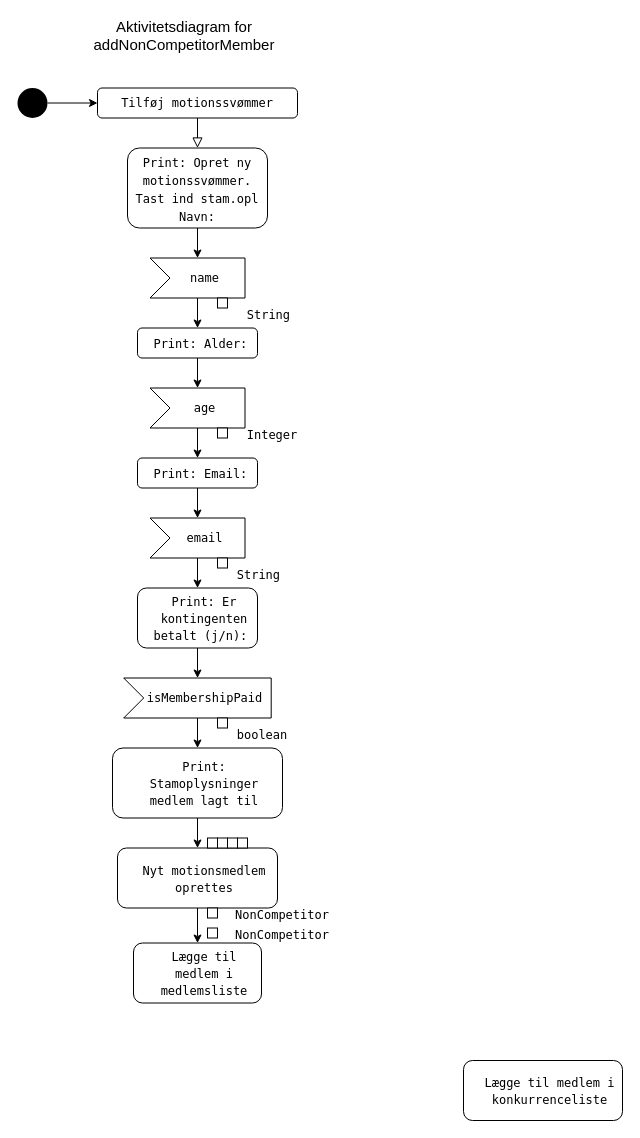
Before: docs/Aktivitetsdiagram_addMember.drawio in norskemarcus/Delfinen, a draw.io diagram. Source tidied: cells renumbered, new cells numbered last; positions are measured from the earlier drawing's top-left corner, leaving out a move shared by most shapes. Both pictures are drawn from the tidied source at 100%, with x=0, y=0 at pixel (17, 20).
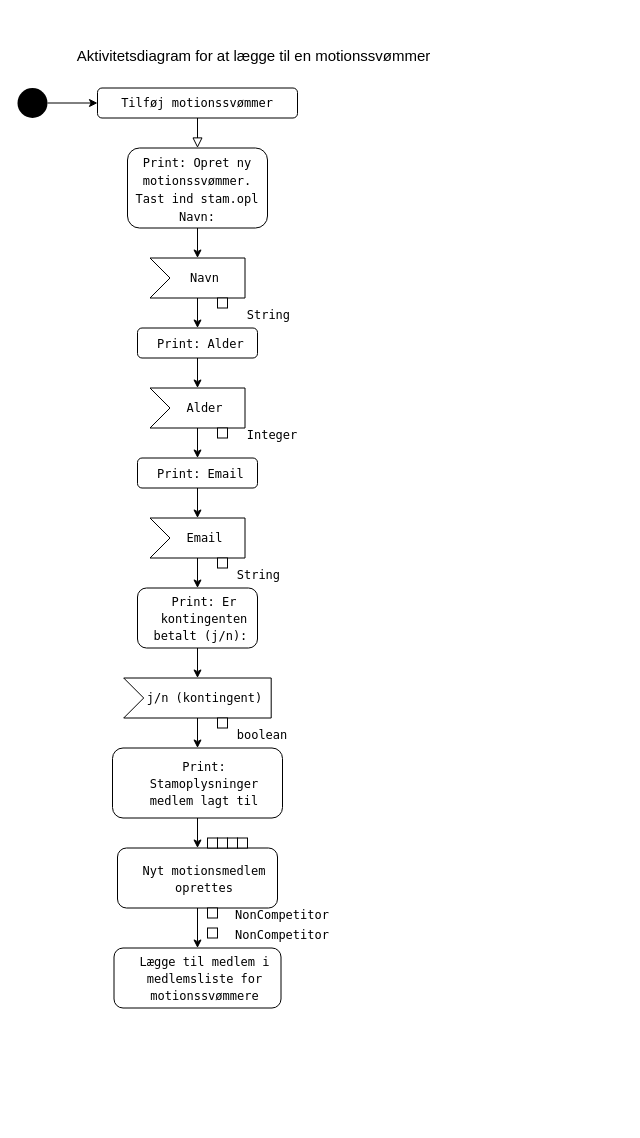
The same diagram, later.

The edit, as a diff of the source:
```diff
@@
-    <mxCell id="6" value="&lt;font style=&quot;font-size: 15px&quot; face=&quot;Helvetica&quot;&gt;Aktivitetsdiagram for addNonCompetitorMember&lt;/font&gt;" style="text;html=1;strokeColor=none;fillColor=none;align=center;verticalAlign=middle;whiteSpace=wrap;rounded=0;fontFamily=Lucida Console;" parent="1" vertex="1">
-      <mxGeometry x="14" width="306" height="30" as="geometry" />
+    <mxCell id="6" value="&lt;font style=&quot;font-size: 15px&quot; face=&quot;Helvetica&quot;&gt;Aktivitetsdiagram for at lægge til en motionssvømmer&lt;/font&gt;" style="text;html=1;strokeColor=none;fillColor=none;align=center;verticalAlign=middle;whiteSpace=wrap;rounded=0;fontFamily=Lucida Console;" parent="1" vertex="1">
+      <mxGeometry y="20" width="473" height="30" as="geometry" />
     </mxCell>
@@
-    <mxCell id="10" value="&lt;div style=&quot;font-size: 12px; background-color: rgb(255, 255, 255);&quot;&gt;name&lt;/div&gt;" style="html=1;shape=mxgraph.infographic.ribbonSimple;notch1=20;notch2=0;align=center;verticalAlign=middle;fontSize=14;fontStyle=0;fillColor=#FFFFFF;flipH=0;spacingRight=0;spacingLeft=14;shadow=0;fontFamily=Lucida Console;" parent="1" vertex="1">
+    <mxCell id="10" value="&lt;div style=&quot;font-size: 12px; background-color: rgb(255, 255, 255);&quot;&gt;Navn&lt;/div&gt;" style="html=1;shape=mxgraph.infographic.ribbonSimple;notch1=20;notch2=0;align=center;verticalAlign=middle;fontSize=14;fontStyle=0;fillColor=#FFFFFF;flipH=0;spacingRight=0;spacingLeft=14;shadow=0;fontFamily=Lucida Console;" parent="1" vertex="1">
       <mxGeometry x="132.5" y="237.5" width="95" height="40" as="geometry" />
     </mxCell>
@@
-    <mxCell id="12" value="&lt;font style=&quot;font-size: 12px&quot;&gt;Print: Alder:&amp;nbsp;&lt;/font&gt;" style="rounded=1;whiteSpace=wrap;html=1;fontSize=14;fillColor=#FFFFFF;fontStyle=0;spacingRight=0;spacingLeft=14;shadow=0;fontFamily=Lucida Console;" parent="1" vertex="1">
+    <mxCell id="12" value="&lt;font style=&quot;font-size: 12px&quot;&gt;Print: Alder&amp;nbsp;&lt;/font&gt;" style="rounded=1;whiteSpace=wrap;html=1;fontSize=14;fillColor=#FFFFFF;fontStyle=0;spacingRight=0;spacingLeft=14;shadow=0;fontFamily=Lucida Console;" parent="1" vertex="1">
       <mxGeometry x="120" y="307.5" width="120" height="30" as="geometry" />
     </mxCell>
@@
-    <mxCell id="16" value="&lt;div style=&quot;font-size: 12px; background-color: rgb(255, 255, 255);&quot;&gt;age&lt;/div&gt;" style="html=1;shape=mxgraph.infographic.ribbonSimple;notch1=20;notch2=0;align=center;verticalAlign=middle;fontSize=14;fontStyle=0;fillColor=#FFFFFF;flipH=0;spacingRight=0;spacingLeft=14;shadow=0;fontFamily=Lucida Console;" parent="1" vertex="1">
+    <mxCell id="16" value="&lt;div style=&quot;font-size: 12px; background-color: rgb(255, 255, 255);&quot;&gt;Alder&lt;/div&gt;" style="html=1;shape=mxgraph.infographic.ribbonSimple;notch1=20;notch2=0;align=center;verticalAlign=middle;fontSize=14;fontStyle=0;fillColor=#FFFFFF;flipH=0;spacingRight=0;spacingLeft=14;shadow=0;fontFamily=Lucida Console;" parent="1" vertex="1">
       <mxGeometry x="132.5" y="367.5" width="95" height="40" as="geometry" />
     </mxCell>
@@
-    <mxCell id="18" value="&lt;font style=&quot;font-size: 12px&quot;&gt;Print: Email:&amp;nbsp;&lt;/font&gt;" style="rounded=1;whiteSpace=wrap;html=1;fontSize=14;fillColor=#FFFFFF;fontStyle=0;spacingRight=0;spacingLeft=14;shadow=0;fontFamily=Lucida Console;" parent="1" vertex="1">
+    <mxCell id="18" value="&lt;font style=&quot;font-size: 12px&quot;&gt;Print: Email&amp;nbsp;&lt;/font&gt;" style="rounded=1;whiteSpace=wrap;html=1;fontSize=14;fillColor=#FFFFFF;fontStyle=0;spacingRight=0;spacingLeft=14;shadow=0;fontFamily=Lucida Console;" parent="1" vertex="1">
       <mxGeometry x="120" y="437.5" width="120" height="30" as="geometry" />
     </mxCell>
@@
-    <mxCell id="20" value="&lt;div style=&quot;font-size: 12px; background-color: rgb(255, 255, 255);&quot;&gt;email&lt;/div&gt;" style="html=1;shape=mxgraph.infographic.ribbonSimple;notch1=20;notch2=0;align=center;verticalAlign=middle;fontSize=14;fontStyle=0;fillColor=#FFFFFF;flipH=0;spacingRight=0;spacingLeft=14;shadow=0;fontFamily=Lucida Console;" parent="1" vertex="1">
+    <mxCell id="20" value="&lt;div style=&quot;font-size: 12px; background-color: rgb(255, 255, 255);&quot;&gt;Email&lt;/div&gt;" style="html=1;shape=mxgraph.infographic.ribbonSimple;notch1=20;notch2=0;align=center;verticalAlign=middle;fontSize=14;fontStyle=0;fillColor=#FFFFFF;flipH=0;spacingRight=0;spacingLeft=14;shadow=0;fontFamily=Lucida Console;" parent="1" vertex="1">
       <mxGeometry x="132.5" y="497.5" width="95" height="40" as="geometry" />
     </mxCell>
@@
-    <mxCell id="28" value="&lt;div style=&quot;font-size: 12px ; background-color: rgb(255 , 255 , 255)&quot;&gt;isMembershipPaid&lt;br&gt;&lt;/div&gt;" style="html=1;shape=mxgraph.infographic.ribbonSimple;notch1=20;notch2=0;align=center;verticalAlign=middle;fontSize=14;fontStyle=0;fillColor=#FFFFFF;flipH=0;spacingRight=0;spacingLeft=14;shadow=0;fontFamily=Lucida Console;" parent="1" vertex="1">
+    <mxCell id="28" value="&lt;div style=&quot;font-size: 12px ; background-color: rgb(255 , 255 , 255)&quot;&gt;j/n (kontingent)&lt;/div&gt;" style="html=1;shape=mxgraph.infographic.ribbonSimple;notch1=20;notch2=0;align=center;verticalAlign=middle;fontSize=14;fontStyle=0;fillColor=#FFFFFF;flipH=0;spacingRight=0;spacingLeft=14;shadow=0;fontFamily=Lucida Console;" parent="1" vertex="1">
       <mxGeometry x="106.2" y="657.5" width="147.5" height="40" as="geometry" />
     </mxCell>
@@
-    <mxCell id="39" value="&lt;font style=&quot;font-size: 12px&quot;&gt;Lægge til medlem i medlemsliste&lt;/font&gt;" style="rounded=1;whiteSpace=wrap;html=1;fontSize=14;fontFamily=Lucida Console;fillColor=#FFFFFF;fontStyle=0;spacingRight=0;spacingLeft=14;shadow=0;" parent="1" vertex="1">
-      <mxGeometry x="116" y="922.5" width="128" height="60" as="geometry" />
+    <mxCell id="39" value="&lt;font style=&quot;font-size: 12px&quot;&gt;Lægge til medlem i medlemsliste for motionssvømmere&lt;/font&gt;" style="rounded=1;whiteSpace=wrap;html=1;fontSize=14;fontFamily=Lucida Console;fillColor=#FFFFFF;fontStyle=0;spacingRight=0;spacingLeft=14;shadow=0;" parent="1" vertex="1">
+      <mxGeometry x="96.5" y="927.5" width="167" height="60" as="geometry" />
     </mxCell>
@@
-    <mxCell id="44" value="&lt;font style=&quot;font-size: 12px&quot;&gt;Lægge til medlem i konkurrenceliste&lt;/font&gt;" style="rounded=1;whiteSpace=wrap;html=1;fontSize=14;fontFamily=Lucida Console;fillColor=#FFFFFF;fontStyle=0;spacingRight=0;spacingLeft=14;shadow=0;" parent="1" vertex="1">
-      <mxGeometry x="446" y="1040" width="159" height="60" as="geometry" />
-    </mxCell>
```
